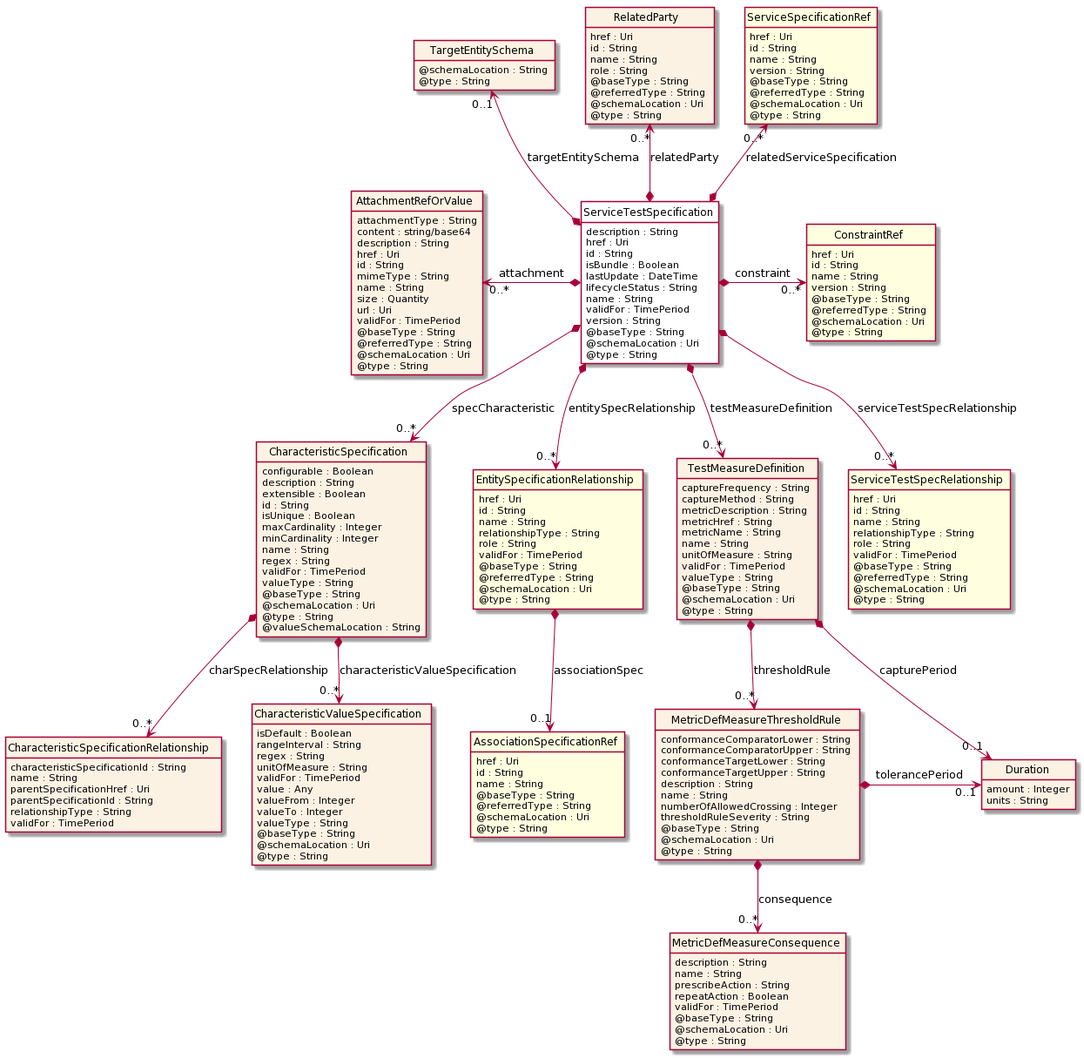
Above: apis/TMF653_Service_Test/documentation/diagrams/Resource_ServiceTestSpecification.png in tmforum-apis/Open_Api_And_Data_Model (PlantUML), before the change.
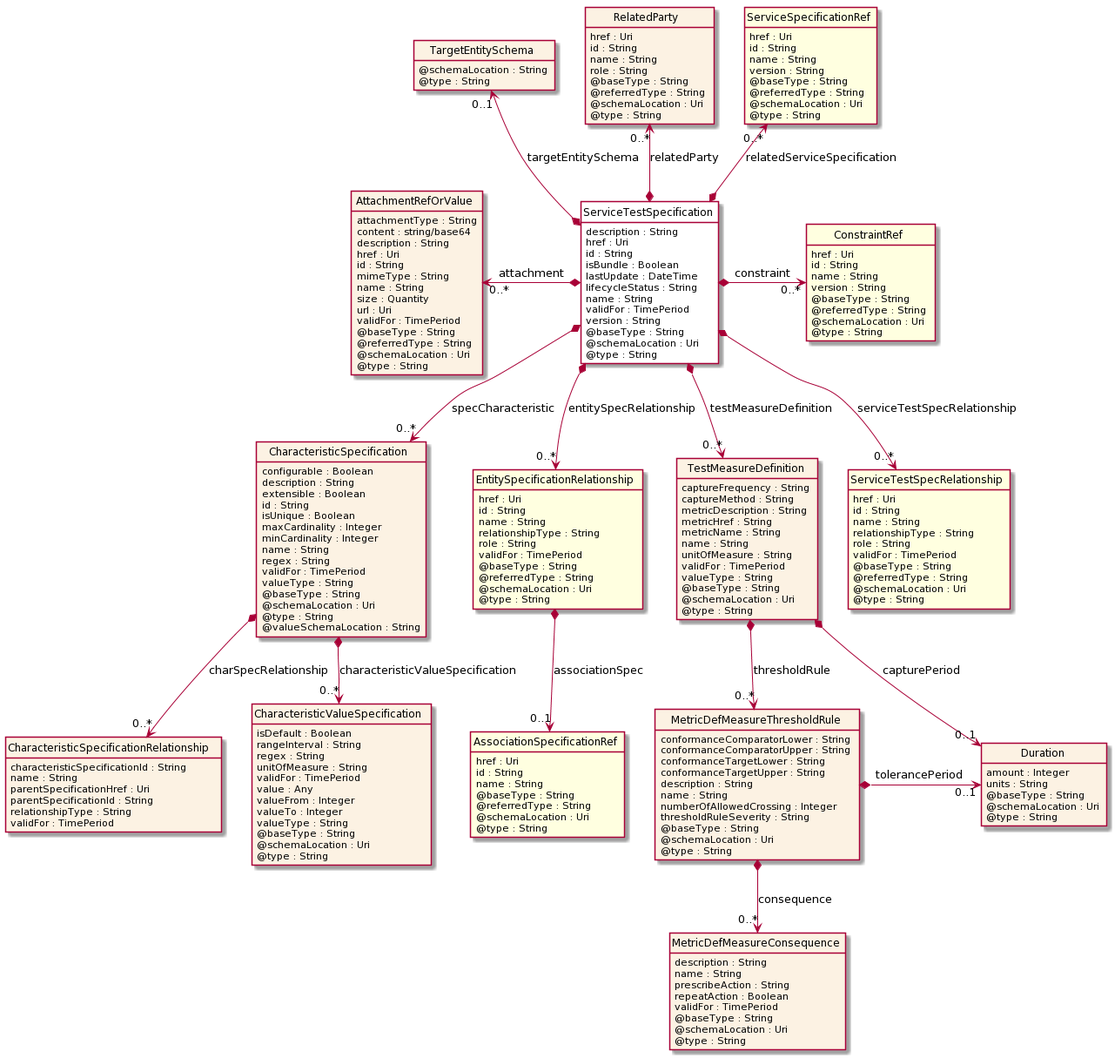
After the change.

Change to the diagram source:
```diff
@@ -152,6 +152,9 @@
 class Duration  {
     amount : Integer
     units : String
+    @baseType : String
+    @schemaLocation : Uri
+    @type : String
 }
 
 class MetricDefMeasureThresholdRule  {
```
